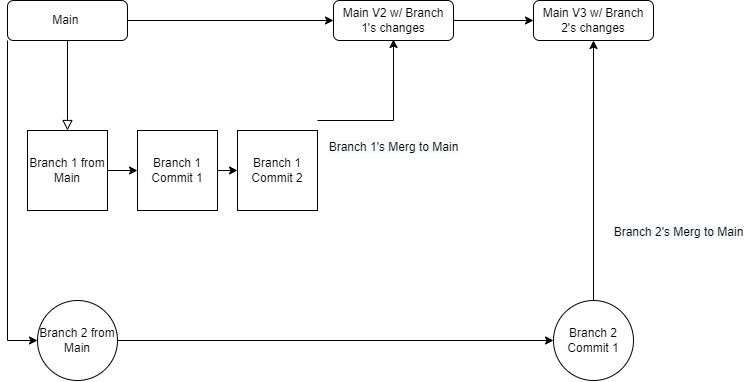
XXLMandalorian013/diagrams.net keeps this draw.io diagram as Git/GitBranch/GitBranch Diagram.drawio.png. Above is the earlier version. Source tidied: cells renumbered, new cells last; positions are measured from the earlier drawing's top-left corner, leaving out a move shared by most shapes. The source it was exported from:
```xml
<mxGraphModel>
  <root>
    <mxCell id="0" />
    <mxCell id="1" parent="0" />
    <mxCell id="2" style="rounded=0;html=1;jettySize=auto;fontSize=11;endArrow=block;endFill=0;endSize=8;strokeWidth=1;shadow=0;labelBackgroundColor=none;edgeStyle=orthogonalEdgeStyle;exitX=0.5;exitY=1;exitDx=0;exitDy=0;entryX=0.5;entryY=0;entryDx=0;entryDy=0;" parent="1" edge="1" source="4" target="12">
      <mxGeometry relative="1" as="geometry" />
    </mxCell>
    <mxCell id="3" style="edgeStyle=orthogonalEdgeStyle;rounded=0;jettySize=auto;html=1;" parent="1" edge="1" source="4" target="8">
      <mxGeometry relative="1" as="geometry" />
    </mxCell>
    <mxCell id="4" value="Main&amp;nbsp;" style="rounded=1;whiteSpace=wrap;html=1;fontSize=12;glass=0;strokeWidth=1;shadow=0;" parent="1" vertex="1">
      <mxGeometry width="120" height="40" as="geometry" />
    </mxCell>
    <mxCell id="5" style="edgeStyle=orthogonalEdgeStyle;rounded=0;jettySize=auto;html=1;" parent="1" edge="1" source="6" target="9">
      <mxGeometry relative="1" as="geometry" />
    </mxCell>
    <mxCell id="6" value="Branch 2 from Main" style="ellipse;whiteSpace=wrap;html=1;" parent="1" vertex="1">
      <mxGeometry x="30" y="300" width="80" height="80" as="geometry" />
    </mxCell>
    <mxCell id="7" style="edgeStyle=orthogonalEdgeStyle;rounded=0;jettySize=auto;html=1;" parent="1" edge="1" source="8" target="17">
      <mxGeometry relative="1" as="geometry" />
    </mxCell>
    <mxCell id="8" value="Main V2 w/ Branch 1's changes" style="rounded=1;whiteSpace=wrap;html=1;fontSize=12;glass=0;strokeWidth=1;shadow=0;" parent="1" vertex="1">
      <mxGeometry x="326" width="120" height="40" as="geometry" />
    </mxCell>
    <mxCell id="9" value="Branch 2 Commit 1" style="ellipse;whiteSpace=wrap;html=1;" parent="1" vertex="1">
      <mxGeometry x="546" y="300" width="80" height="80" as="geometry" />
    </mxCell>
    <mxCell id="10" value="&lt;br&gt;&lt;span style=&quot;color: rgb(0, 0, 0); font-family: Helvetica; font-size: 12px; font-style: normal; font-variant-ligatures: normal; font-variant-caps: normal; font-weight: 400; letter-spacing: normal; orphans: 2; text-align: center; text-indent: 0px; text-transform: none; widows: 2; word-spacing: 0px; -webkit-text-stroke-width: 0px; background-color: rgb(248, 249, 250); text-decoration-thickness: initial; text-decoration-style: initial; text-decoration-color: initial; float: none; display: inline !important;&quot;&gt;Branch 1's Merg to Main&lt;/span&gt;" style="endArrow=classic;html=1;rounded=0;entryX=0.5;entryY=1;entryDx=0;entryDy=0;exitX=1;exitY=0.5;exitDx=0;exitDy=0;" parent="1" edge="1">
      <mxGeometry x="-0.03" y="20" relative="1" as="geometry">
        <mxPoint x="310" y="120" as="sourcePoint" />
        <mxPoint x="386" y="39" as="targetPoint" />
        <Array as="points">
          <mxPoint x="386" y="120" />
        </Array>
        <mxPoint x="20" y="20" as="offset" />
      </mxGeometry>
    </mxCell>
    <mxCell id="11" style="endArrow=classic;html=1;rounded=0;entryX=0;entryY=0.5;entryDx=0;entryDy=0;exitX=0;exitY=1;exitDx=0;exitDy=0;" parent="1" edge="1" source="4" target="6">
      <mxGeometry relative="1" as="geometry">
        <Array as="points">
          <mxPoint y="340" />
        </Array>
      </mxGeometry>
    </mxCell>
    <mxCell id="12" value="Branch 1 from Main" style="whiteSpace=wrap;html=1;" parent="1" vertex="1">
      <mxGeometry x="20" y="130" width="80" height="80" as="geometry" />
    </mxCell>
    <mxCell id="13" value="Branch 1 Commit 1" style="whiteSpace=wrap;html=1;" parent="1" vertex="1">
      <mxGeometry x="130" y="130" width="80" height="80" as="geometry" />
    </mxCell>
    <mxCell id="14" value="Branch 1 Commit 2" style="whiteSpace=wrap;html=1;" parent="1" vertex="1">
      <mxGeometry x="230" y="130" width="80" height="80" as="geometry" />
    </mxCell>
    <mxCell id="15" style="endArrow=classic;html=1;rounded=0;exitX=1;exitY=0.5;exitDx=0;exitDy=0;entryX=0;entryY=0.5;entryDx=0;entryDy=0;" parent="1" edge="1" source="12" target="13">
      <mxGeometry relative="1" as="geometry" />
    </mxCell>
    <mxCell id="16" style="endArrow=classic;html=1;rounded=0;exitX=1;exitY=0.5;exitDx=0;exitDy=0;entryX=0;entryY=0.5;entryDx=0;entryDy=0;" parent="1" edge="1" source="13" target="14">
      <mxGeometry relative="1" as="geometry" />
    </mxCell>
    <mxCell id="17" value="Main V3 w/ Branch 2's changes" style="rounded=1;whiteSpace=wrap;html=1;fontSize=12;glass=0;strokeWidth=1;shadow=0;" parent="1" vertex="1">
      <mxGeometry x="526" width="120" height="40" as="geometry" />
    </mxCell>
    <mxCell id="18" style="endArrow=classic;html=1;rounded=0;exitX=0.5;exitY=0;exitDx=0;exitDy=0;entryX=0.5;entryY=1;entryDx=0;entryDy=0;" parent="1" edge="1" source="9" target="17">
      <mxGeometry relative="1" as="geometry" />
    </mxCell>
    <mxCell id="19" value="&lt;br&gt;&lt;span style=&quot;font-size: 12px; background-color: rgb(248, 249, 250);&quot;&gt;Branch 2's Merg to Main&lt;/span&gt;" style="edgeLabel;html=1;align=center;verticalAlign=middle;" parent="18" vertex="1">
      <mxGeometry relative="1" as="geometry">
        <mxPoint x="84" y="55" as="offset" />
      </mxGeometry>
    </mxCell>
  </root>
</mxGraphModel>
```
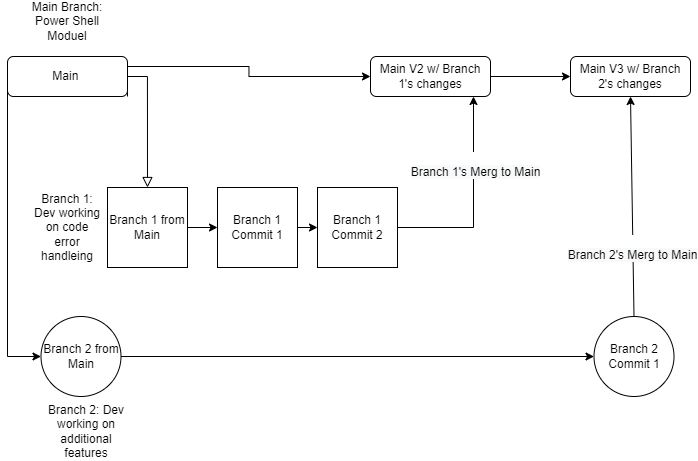
The same file after the commit.

The edit, as a diff of the source:
```diff
@@ -2,10 +2,15 @@
   <root>
     <mxCell id="0" />
     <mxCell id="1" parent="0" />
-    <mxCell id="2" style="rounded=0;html=1;jettySize=auto;fontSize=11;endArrow=block;endFill=0;endSize=8;strokeWidth=1;shadow=0;labelBackgroundColor=none;edgeStyle=orthogonalEdgeStyle;exitX=0.5;exitY=1;exitDx=0;exitDy=0;entryX=0.5;entryY=0;entryDx=0;entryDy=0;" parent="1" edge="1" source="4" target="12">
-      <mxGeometry relative="1" as="geometry" />
+    <mxCell id="2" style="rounded=0;html=1;jettySize=auto;fontSize=11;endArrow=block;endFill=0;endSize=8;strokeWidth=1;shadow=0;labelBackgroundColor=none;edgeStyle=orthogonalEdgeStyle;exitX=1;exitY=1;exitDx=0;exitDy=0;entryX=0.5;entryY=0;entryDx=0;entryDy=0;" parent="1" edge="1" source="4" target="12">
+      <mxGeometry relative="1" as="geometry">
+        <Array as="points">
+          <mxPoint x="120" y="20" />
+          <mxPoint x="140" y="20" />
+        </Array>
+      </mxGeometry>
     </mxCell>
-    <mxCell id="3" style="edgeStyle=orthogonalEdgeStyle;rounded=0;jettySize=auto;html=1;" parent="1" edge="1" source="4" target="8">
+    <mxCell id="3" style="edgeStyle=orthogonalEdgeStyle;rounded=0;jettySize=auto;html=1;exitX=1;exitY=0.25;exitDx=0;exitDy=0;" parent="1" edge="1" source="4" target="8">
       <mxGeometry relative="1" as="geometry" />
     </mxCell>
     <mxCell id="4" value="Main&amp;nbsp;" style="rounded=1;whiteSpace=wrap;html=1;fontSize=12;glass=0;strokeWidth=1;shadow=0;" parent="1" vertex="1">
@@ -15,42 +20,40 @@
       <mxGeometry relative="1" as="geometry" />
     </mxCell>
     <mxCell id="6" value="Branch 2 from Main" style="ellipse;whiteSpace=wrap;html=1;" parent="1" vertex="1">
-      <mxGeometry x="30" y="300" width="80" height="80" as="geometry" />
+      <mxGeometry x="33.5" y="260" width="80" height="80" as="geometry" />
     </mxCell>
     <mxCell id="7" style="edgeStyle=orthogonalEdgeStyle;rounded=0;jettySize=auto;html=1;" parent="1" edge="1" source="8" target="17">
       <mxGeometry relative="1" as="geometry" />
     </mxCell>
     <mxCell id="8" value="Main V2 w/ Branch 1's changes" style="rounded=1;whiteSpace=wrap;html=1;fontSize=12;glass=0;strokeWidth=1;shadow=0;" parent="1" vertex="1">
-      <mxGeometry x="326" width="120" height="40" as="geometry" />
+      <mxGeometry x="363" width="120" height="40" as="geometry" />
     </mxCell>
     <mxCell id="9" value="Branch 2 Commit 1" style="ellipse;whiteSpace=wrap;html=1;" parent="1" vertex="1">
-      <mxGeometry x="546" y="300" width="80" height="80" as="geometry" />
+      <mxGeometry x="586.5" y="260" width="80" height="80" as="geometry" />
     </mxCell>
-    <mxCell id="10" value="&lt;br&gt;&lt;span style=&quot;color: rgb(0, 0, 0); font-family: Helvetica; font-size: 12px; font-style: normal; font-variant-ligatures: normal; font-variant-caps: normal; font-weight: 400; letter-spacing: normal; orphans: 2; text-align: center; text-indent: 0px; text-transform: none; widows: 2; word-spacing: 0px; -webkit-text-stroke-width: 0px; background-color: rgb(248, 249, 250); text-decoration-thickness: initial; text-decoration-style: initial; text-decoration-color: initial; float: none; display: inline !important;&quot;&gt;Branch 1's Merg to Main&lt;/span&gt;" style="endArrow=classic;html=1;rounded=0;entryX=0.5;entryY=1;entryDx=0;entryDy=0;exitX=1;exitY=0.5;exitDx=0;exitDy=0;" parent="1" edge="1">
-      <mxGeometry x="-0.03" y="20" relative="1" as="geometry">
-        <mxPoint x="310" y="120" as="sourcePoint" />
-        <mxPoint x="386" y="39" as="targetPoint" />
+    <mxCell id="10" value="&lt;br&gt;&lt;span style=&quot;color: rgb(0, 0, 0); font-family: Helvetica; font-size: 12px; font-style: normal; font-variant-ligatures: normal; font-variant-caps: normal; font-weight: 400; letter-spacing: normal; orphans: 2; text-align: center; text-indent: 0px; text-transform: none; widows: 2; word-spacing: 0px; -webkit-text-stroke-width: 0px; background-color: rgb(248, 249, 250); text-decoration-thickness: initial; text-decoration-style: initial; text-decoration-color: initial; float: none; display: inline !important;&quot;&gt;Branch 1's Merg to Main&lt;/span&gt;" style="endArrow=classic;html=1;rounded=0;entryX=0.5;entryY=1;entryDx=0;entryDy=0;exitX=1;exitY=0.5;exitDx=0;exitDy=0;" parent="1" edge="1" source="14">
+      <mxGeometry x="0.33" y="-2" relative="1" as="geometry">
+        <mxPoint x="466" y="40" as="targetPoint" />
         <Array as="points">
-          <mxPoint x="386" y="120" />
+          <mxPoint x="466" y="171" />
         </Array>
-        <mxPoint x="20" y="20" as="offset" />
       </mxGeometry>
     </mxCell>
-    <mxCell id="11" style="endArrow=classic;html=1;rounded=0;entryX=0;entryY=0.5;entryDx=0;entryDy=0;exitX=0;exitY=1;exitDx=0;exitDy=0;" parent="1" edge="1" source="4" target="6">
+    <mxCell id="11" style="endArrow=classic;html=1;rounded=0;entryX=0;entryY=0.5;entryDx=0;entryDy=0;exitX=0;exitY=0.5;exitDx=0;exitDy=0;" parent="1" edge="1" source="4" target="6">
       <mxGeometry relative="1" as="geometry">
         <Array as="points">
-          <mxPoint y="340" />
+          <mxPoint y="300" />
         </Array>
       </mxGeometry>
     </mxCell>
     <mxCell id="12" value="Branch 1 from Main" style="whiteSpace=wrap;html=1;" parent="1" vertex="1">
-      <mxGeometry x="20" y="130" width="80" height="80" as="geometry" />
+      <mxGeometry x="100" y="131" width="80" height="80" as="geometry" />
     </mxCell>
     <mxCell id="13" value="Branch 1 Commit 1" style="whiteSpace=wrap;html=1;" parent="1" vertex="1">
-      <mxGeometry x="130" y="130" width="80" height="80" as="geometry" />
+      <mxGeometry x="210" y="131" width="80" height="80" as="geometry" />
     </mxCell>
     <mxCell id="14" value="Branch 1 Commit 2" style="whiteSpace=wrap;html=1;" parent="1" vertex="1">
-      <mxGeometry x="230" y="130" width="80" height="80" as="geometry" />
+      <mxGeometry x="310" y="131" width="80" height="80" as="geometry" />
     </mxCell>
     <mxCell id="15" style="endArrow=classic;html=1;rounded=0;exitX=1;exitY=0.5;exitDx=0;exitDy=0;entryX=0;entryY=0.5;entryDx=0;entryDy=0;" parent="1" edge="1" source="12" target="13">
       <mxGeometry relative="1" as="geometry" />
@@ -59,15 +62,24 @@
       <mxGeometry relative="1" as="geometry" />
     </mxCell>
     <mxCell id="17" value="Main V3 w/ Branch 2's changes" style="rounded=1;whiteSpace=wrap;html=1;fontSize=12;glass=0;strokeWidth=1;shadow=0;" parent="1" vertex="1">
-      <mxGeometry x="526" width="120" height="40" as="geometry" />
+      <mxGeometry x="563" width="120" height="40" as="geometry" />
     </mxCell>
     <mxCell id="18" style="endArrow=classic;html=1;rounded=0;exitX=0.5;exitY=0;exitDx=0;exitDy=0;entryX=0.5;entryY=1;entryDx=0;entryDy=0;" parent="1" edge="1" source="9" target="17">
       <mxGeometry relative="1" as="geometry" />
     </mxCell>
     <mxCell id="19" value="&lt;br&gt;&lt;span style=&quot;font-size: 12px; background-color: rgb(248, 249, 250);&quot;&gt;Branch 2's Merg to Main&lt;/span&gt;" style="edgeLabel;html=1;align=center;verticalAlign=middle;" parent="18" vertex="1">
       <mxGeometry relative="1" as="geometry">
-        <mxPoint x="84" y="55" as="offset" />
+        <mxPoint y="42" as="offset" />
       </mxGeometry>
     </mxCell>
+    <mxCell id="20" value="Branch 1: Dev working on code error handleing" style="text;html=1;strokeColor=none;fillColor=none;align=center;verticalAlign=middle;whiteSpace=wrap;rounded=0;" parent="1" vertex="1">
+      <mxGeometry x="25" y="156" width="70" height="30" as="geometry" />
+    </mxCell>
+    <mxCell id="21" value="Branch 2: Dev working on additional features" style="text;html=1;strokeColor=none;fillColor=none;align=center;verticalAlign=middle;whiteSpace=wrap;rounded=0;" parent="1" vertex="1">
+      <mxGeometry x="33.5" y="360" width="90" height="30" as="geometry" />
+    </mxCell>
+    <mxCell id="22" value="Main Branch: Power Shell Moduel" style="text;html=1;strokeColor=none;fillColor=none;align=center;verticalAlign=middle;whiteSpace=wrap;rounded=0;" parent="1" vertex="1">
+      <mxGeometry x="15" y="-50" width="90" height="30" as="geometry" />
+    </mxCell>
   </root>
 </mxGraphModel>
```
